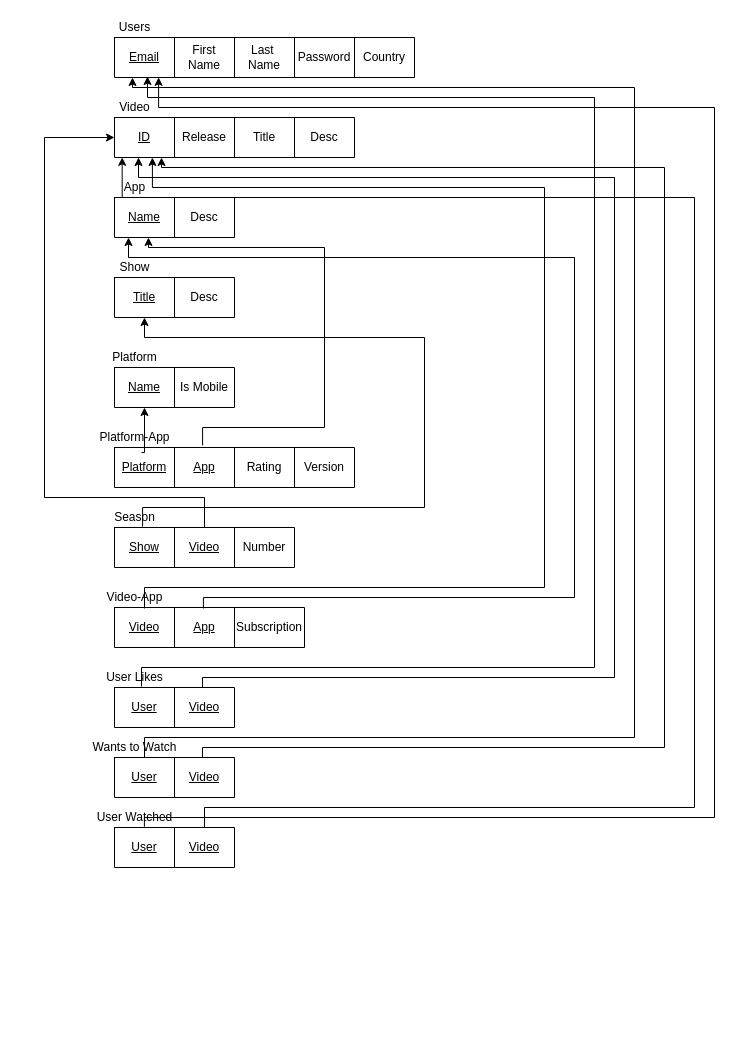
Earlier version of the draw.io diagram Relational.drawio (oloveluck/VideoStreamingApp). Source tidied: cells renumbered, new cells numbered last; positions are measured from the earlier drawing's top-left corner, leaving out a move shared by most shapes. Both pictures are drawn from the tidied source at 100%, with x=0, y=0 at pixel (44, 17).
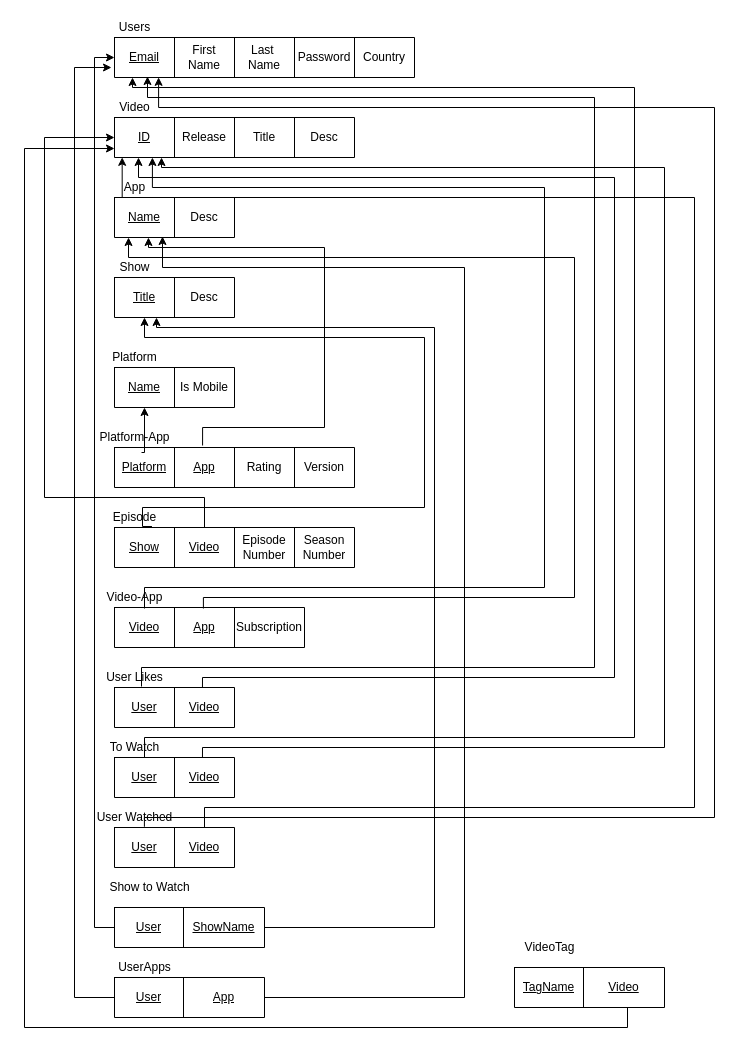
After the change.

Commit message (it also covers changes not shown here):
updated erd logical and drawio's

Unchanged cells that the change refers to:
```xml
<mxCell id="3" style="shape=partialRectangle;html=1;whiteSpace=wrap;fillColor=none;top=0;left=0;bottom=0;right=0;points=[[0,0.5],[1,0.5]];portConstraint=eastwest;" parent="2" vertex="1">
  <mxGeometry width="300" height="40" as="geometry" />
</mxCell>
<mxCell id="18" style="shape=partialRectangle;html=1;whiteSpace=wrap;fillColor=none;top=0;left=0;bottom=0;right=0;points=[[0,0.5],[1,0.5]];portConstraint=eastwest;" parent="17" vertex="1">
  <mxGeometry width="120" height="40" as="geometry" />
</mxCell>
```

What changed in the source:
```diff
@@
     <mxCell id="39" style="shape=table;html=1;whiteSpace=wrap;startSize=0;childLayout=tableLayout;" parent="1" vertex="1">
-      <mxGeometry x="70" y="510" width="180" height="40" as="geometry" />
+      <mxGeometry x="70" y="510" width="240" height="40" as="geometry" />
     </mxCell>
     <mxCell id="40" style="shape=partialRectangle;html=1;whiteSpace=wrap;fillColor=none;top=0;left=0;bottom=0;right=0;points=[[0,0.5],[1,0.5]];portConstraint=eastwest;" parent="39" vertex="1">
-      <mxGeometry width="180" height="40" as="geometry" />
+      <mxGeometry width="240" height="40" as="geometry" />
     </mxCell>
@@
-    <mxCell id="43" value="Number" style="shape=partialRectangle;html=1;whiteSpace=wrap;fillColor=none;top=0;left=0;bottom=0;right=0;overflow=hidden;" parent="40" vertex="1">
+    <mxCell id="43" value="Episode&lt;br&gt;Number" style="shape=partialRectangle;html=1;whiteSpace=wrap;fillColor=none;top=0;left=0;bottom=0;right=0;overflow=hidden;" parent="40" vertex="1">
       <mxGeometry x="120" width="60" height="40" as="geometry" />
     </mxCell>
+    <mxCell id="78" value="Season&lt;br&gt;Number" style="shape=partialRectangle;html=1;whiteSpace=wrap;fillColor=none;top=0;left=0;bottom=0;right=0;overflow=hidden;" parent="40" vertex="1">
+      <mxGeometry x="180" width="60" height="40" as="geometry" />
+    </mxCell>
-    <mxCell id="44" value="Season" style="text;html=1;align=center;verticalAlign=middle;" parent="1" vertex="1">
+    <mxCell id="44" value="Episode" style="text;html=1;align=center;verticalAlign=middle;" parent="1" vertex="1">
       <mxGeometry x="60" y="490" width="60" height="20" as="geometry" />
     </mxCell>
@@
-    <mxCell id="60" value="Wants to Watch" style="text;html=1;align=center;verticalAlign=middle;points=[];" parent="1" vertex="1">
-      <mxGeometry x="40" y="720" width="100" height="20" as="geometry" />
+    <mxCell id="60" value="To Watch" style="text;html=1;align=center;verticalAlign=middle;points=[];" parent="1" vertex="1">
+      <mxGeometry x="55" y="720" width="70" height="20" as="geometry" />
     </mxCell>
@@
+    <mxCell id="79" style="edgeStyle=orthogonalEdgeStyle;rounded=0;jettySize=auto;html=1;entryX=0;entryY=0.5;entryDx=0;entryDy=0;" parent="1" edge="1" source="81" target="3">
+      <mxGeometry relative="1" as="geometry">
+        <Array as="points">
+          <mxPoint x="50" y="910" />
+          <mxPoint x="50" y="40" />
+        </Array>
+      </mxGeometry>
+    </mxCell>
+    <mxCell id="80" style="edgeStyle=orthogonalEdgeStyle;rounded=0;jettySize=auto;html=1;" parent="1" edge="1" source="81">
+      <mxGeometry relative="1" as="geometry">
+        <mxPoint x="112" y="300" as="targetPoint" />
+        <Array as="points">
+          <mxPoint x="390" y="910" />
+          <mxPoint x="390" y="310" />
+          <mxPoint x="112" y="310" />
+        </Array>
+      </mxGeometry>
+    </mxCell>
+    <mxCell id="81" style="shape=table;html=1;whiteSpace=wrap;startSize=0;childLayout=tableLayout;" parent="1" vertex="1">
+      <mxGeometry x="70" y="890" width="150" height="40" as="geometry" />
+    </mxCell>
+    <mxCell id="82" style="shape=partialRectangle;html=1;whiteSpace=wrap;fillColor=none;top=0;left=0;bottom=0;right=0;" parent="81" vertex="1">
+      <mxGeometry width="150" height="40" as="geometry" />
+    </mxCell>
+    <mxCell id="83" value="&lt;u&gt;User&lt;br&gt;&lt;/u&gt;" style="shape=partialRectangle;html=1;whiteSpace=wrap;fillColor=none;top=0;left=0;bottom=0;right=0;overflow=hidden;" parent="82" vertex="1">
+      <mxGeometry width="69" height="40" as="geometry" />
+    </mxCell>
+    <mxCell id="84" value="&lt;u&gt;ShowName&lt;/u&gt;" style="shape=partialRectangle;html=1;whiteSpace=wrap;fillColor=none;top=0;left=0;bottom=0;right=0;overflow=hidden;" parent="82" vertex="1">
+      <mxGeometry x="69" width="81" height="40" as="geometry" />
+    </mxCell>
+    <mxCell id="85" value="Show to Watch" style="text;html=1;align=center;verticalAlign=middle;" parent="1" vertex="1">
+      <mxGeometry x="55" y="860" width="100" height="20" as="geometry" />
+    </mxCell>
+    <mxCell id="86" style="edgeStyle=orthogonalEdgeStyle;rounded=0;jettySize=auto;html=1;entryX=0.4;entryY=0.975;entryDx=0;entryDy=0;entryPerimeter=0;" parent="1" edge="1" source="87" target="18">
+      <mxGeometry relative="1" as="geometry">
+        <Array as="points">
+          <mxPoint x="420" y="980" />
+          <mxPoint x="420" y="250" />
+          <mxPoint x="118" y="250" />
+        </Array>
+      </mxGeometry>
+    </mxCell>
+    <mxCell id="87" style="shape=table;html=1;whiteSpace=wrap;startSize=0;childLayout=tableLayout;" parent="1" vertex="1">
+      <mxGeometry x="70" y="960" width="150" height="40" as="geometry" />
+    </mxCell>
+    <mxCell id="88" style="shape=partialRectangle;html=1;whiteSpace=wrap;fillColor=none;top=0;left=0;bottom=0;right=0;points=[[0,0.5],[1,0.5]];portConstraint=eastwest;" parent="87" vertex="1">
+      <mxGeometry width="150" height="40" as="geometry" />
+    </mxCell>
+    <mxCell id="89" value="&lt;u&gt;User&lt;br&gt;&lt;/u&gt;" style="shape=partialRectangle;html=1;whiteSpace=wrap;fillColor=none;top=0;left=0;bottom=0;right=0;overflow=hidden;" parent="88" vertex="1">
+      <mxGeometry width="69" height="40" as="geometry" />
+    </mxCell>
+    <mxCell id="90" value="&lt;u&gt;App&lt;/u&gt;" style="shape=partialRectangle;html=1;whiteSpace=wrap;fillColor=none;top=0;left=0;bottom=0;right=0;overflow=hidden;" parent="88" vertex="1">
+      <mxGeometry x="69" width="81" height="40" as="geometry" />
+    </mxCell>
+    <mxCell id="91" value="UserApps" style="text;html=1;align=center;verticalAlign=middle;" parent="1" vertex="1">
+      <mxGeometry x="65" y="940" width="70" height="20" as="geometry" />
+    </mxCell>
+    <mxCell id="92" style="edgeStyle=orthogonalEdgeStyle;rounded=0;jettySize=auto;html=1;exitX=0;exitY=0.5;exitDx=0;exitDy=0;entryX=-0.01;entryY=0.75;entryDx=0;entryDy=0;entryPerimeter=0;" parent="1" edge="1" source="88" target="3">
+      <mxGeometry relative="1" as="geometry">
+        <Array as="points">
+          <mxPoint x="30" y="980" />
+          <mxPoint x="30" y="50" />
+        </Array>
+      </mxGeometry>
+    </mxCell>
+    <mxCell id="93" style="edgeStyle=orthogonalEdgeStyle;rounded=0;jettySize=auto;html=1;exitX=0.733;exitY=0.975;exitDx=0;exitDy=0;exitPerimeter=0;" parent="1" edge="1" source="95">
+      <mxGeometry relative="1" as="geometry">
+        <mxPoint x="70" y="131" as="targetPoint" />
+        <Array as="points">
+          <mxPoint x="583" y="989" />
+          <mxPoint x="583" y="1010" />
+          <mxPoint x="-20" y="1010" />
+          <mxPoint x="-20" y="131" />
+        </Array>
+      </mxGeometry>
+    </mxCell>
+    <mxCell id="94" style="shape=table;html=1;whiteSpace=wrap;startSize=0;childLayout=tableLayout;" parent="1" vertex="1">
+      <mxGeometry x="470" y="950" width="150" height="40" as="geometry" />
+    </mxCell>
+    <mxCell id="95" style="shape=partialRectangle;html=1;whiteSpace=wrap;fillColor=none;top=0;left=0;bottom=0;right=0;points=[[0,0.5],[1,0.5]];portConstraint=eastwest;" parent="94" vertex="1">
+      <mxGeometry width="150" height="40" as="geometry" />
+    </mxCell>
+    <mxCell id="96" value="&lt;u&gt;TagName&lt;br&gt;&lt;/u&gt;" style="shape=partialRectangle;html=1;whiteSpace=wrap;fillColor=none;top=0;left=0;bottom=0;right=0;overflow=hidden;" parent="95" vertex="1">
+      <mxGeometry width="69" height="40" as="geometry" />
+    </mxCell>
+    <mxCell id="97" value="&lt;u&gt;Video&lt;/u&gt;" style="shape=partialRectangle;html=1;whiteSpace=wrap;fillColor=none;top=0;left=0;bottom=0;right=0;overflow=hidden;" parent="95" vertex="1">
+      <mxGeometry x="69" width="81" height="40" as="geometry" />
+    </mxCell>
+    <mxCell id="98" value="VideoTag" style="text;html=1;align=center;verticalAlign=middle;" parent="1" vertex="1">
+      <mxGeometry x="470" y="920" width="70" height="20" as="geometry" />
+    </mxCell>
```
